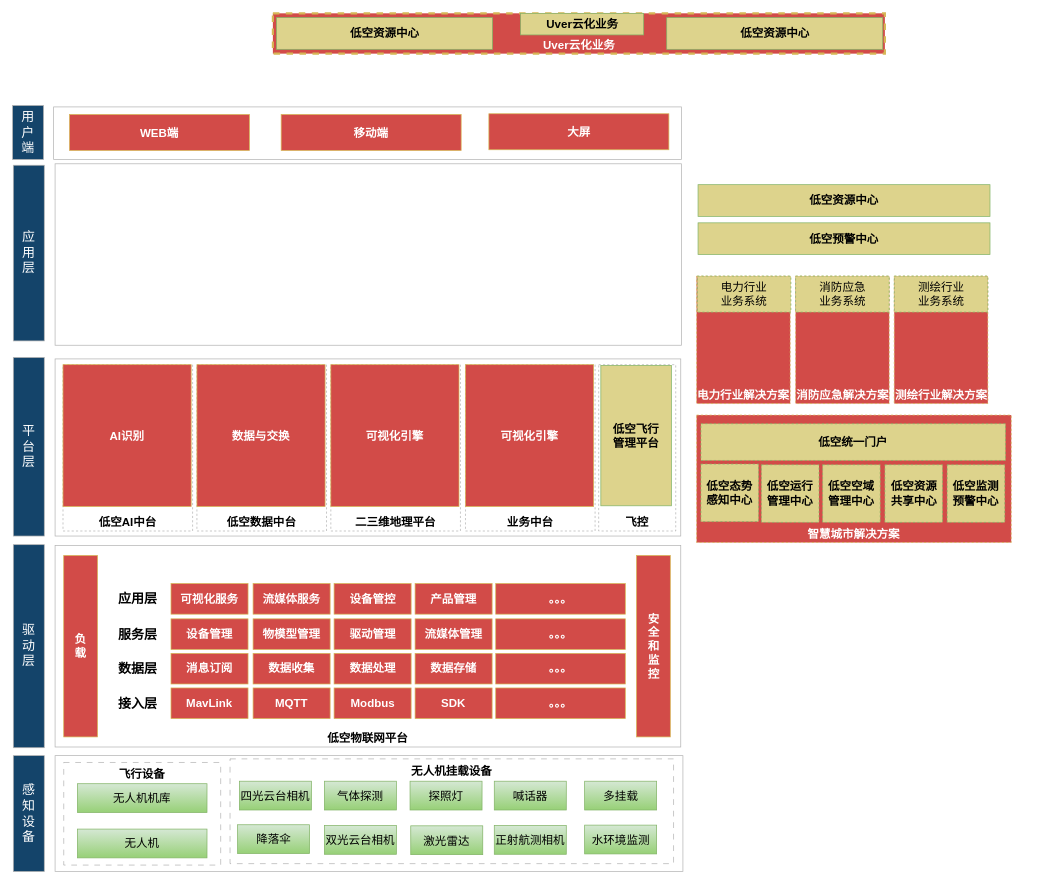
Above: page "基础业务-技术架构" (5 of 5) of GDU-业务建设概览.drawio in yangchenyu/micro-service (draw.io), before the change. Source tidied: cells renumbered, new cells numbered last; positions are measured from the earlier drawing's top-left corner, leaving out a move shared by most shapes. Both pictures are drawn from the tidied source at 72%, with x=0, y=0 at pixel (12, 13).
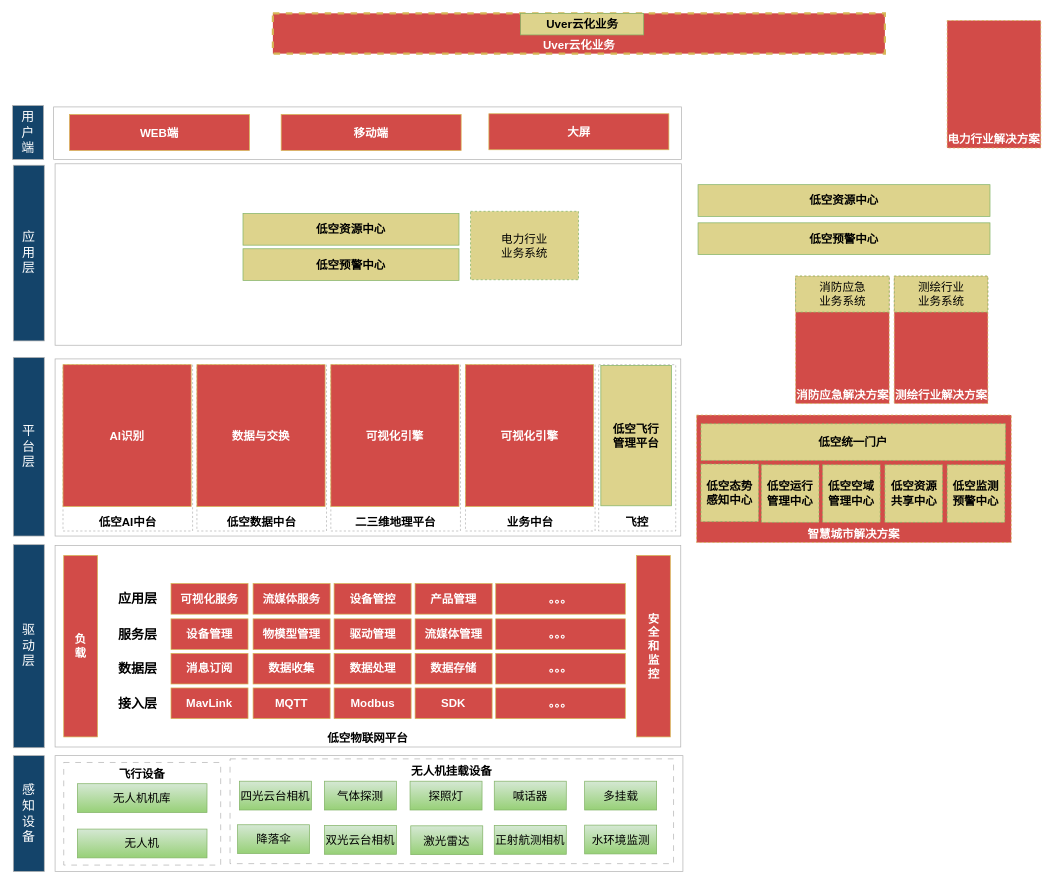
Above is the later version.

Commit message:
更新GDU-业务建设概览.drawio

Change to the diagram source:
```diff
@@
     <mxCell id="72" value="电力行业解决方案" style="rounded=0;whiteSpace=wrap;html=1;verticalAlign=bottom;dashed=1;fontStyle=1;fontSize=16;fillColor=#d24b48;strokeColor=#d6b656;fontColor=#FFFFFF;gradientColor=none;" parent="1" vertex="1">
-      <mxGeometry x="950" y="365" width="130" height="177" as="geometry" />
+      <mxGeometry x="1298" y="10" width="130" height="177" as="geometry" />
     </mxCell>
     <mxCell id="73" value="电力行业&lt;br&gt;业务系统" style="rounded=0;whiteSpace=wrap;html=1;verticalAlign=middle;dashed=1;fillColor=#ddd38c;strokeColor=#82b366;gradientColor=none;fontSize=16;fontColor=default;fontStyle=0;" parent="1" vertex="1">
-      <mxGeometry x="951" y="365" width="130" height="50" as="geometry" />
+      <mxGeometry x="636" y="275" width="150" height="95" as="geometry" />
     </mxCell>
@@
-    <mxCell id="82" value="低空资源中心" style="rounded=0;whiteSpace=wrap;html=1;fillColor=#ddd38c;gradientColor=none;strokeColor=#82b366;flipV=1;fontSize=16;fontStyle=1;fontColor=default;" parent="1" vertex="1">
-      <mxGeometry x="908.5" y="6" width="300" height="44" as="geometry" />
+    <mxCell id="82" value="低空预警中心" style="rounded=0;whiteSpace=wrap;html=1;fillColor=#ddd38c;gradientColor=none;strokeColor=#82b366;flipV=1;fontSize=16;fontStyle=1;fontColor=default;" parent="1" vertex="1">
+      <mxGeometry x="320" y="327" width="300" height="44" as="geometry" />
     </mxCell>
     <mxCell id="83" value="低空资源中心" style="rounded=0;whiteSpace=wrap;html=1;fillColor=#ddd38c;gradientColor=none;strokeColor=#82b366;flipV=1;fontSize=16;fontStyle=1;fontColor=default;" parent="1" vertex="1">
-      <mxGeometry x="366.5" y="6" width="300" height="44" as="geometry" />
+      <mxGeometry x="320" y="278" width="300" height="44" as="geometry" />
     </mxCell>
```
